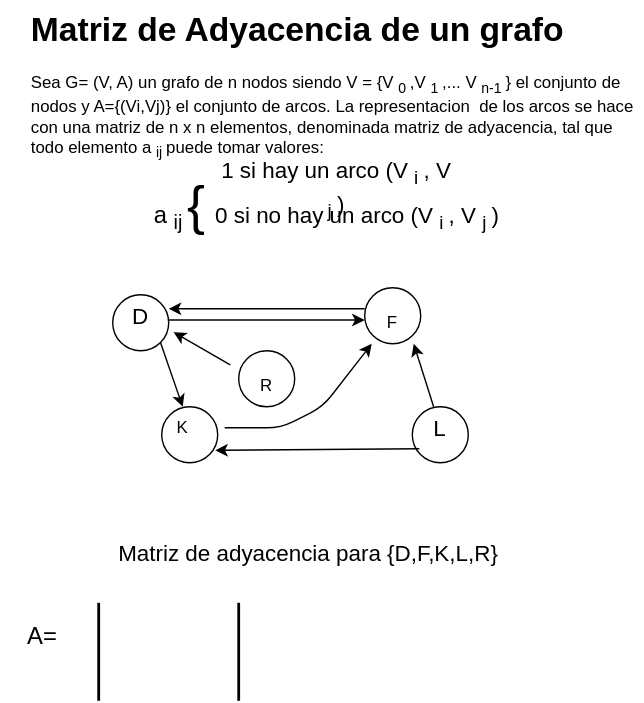
Before: Estructura-de-datos/Grafos/Matriz-Adyacencia.drawio.svg, a diagram exported from draw.io (Nordcode-cyber/Algoritmos-Estructdatos). Source tidied: cells renumbered, new cells last; positions are measured from the earlier drawing's top-left corner, leaving out a move shared by most shapes.
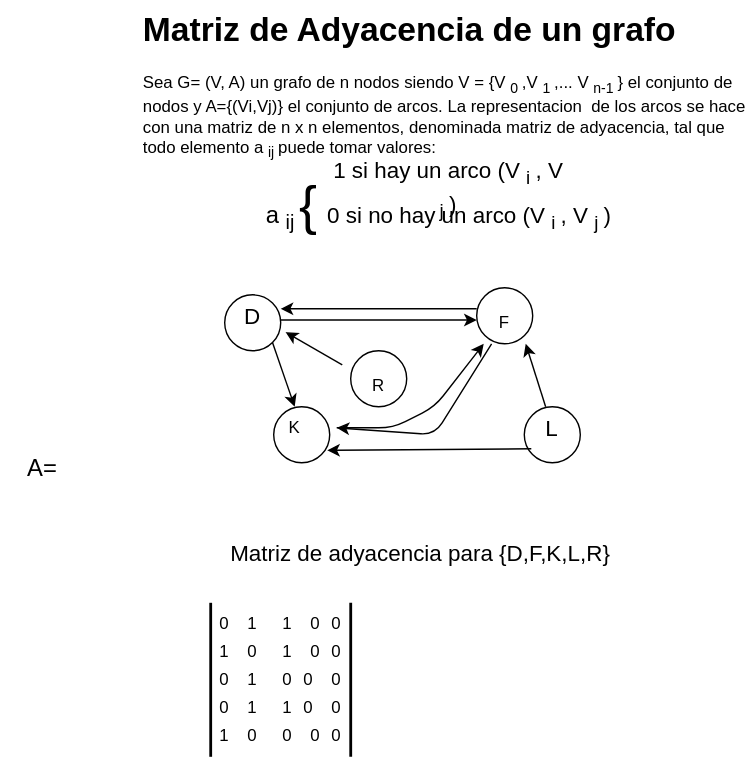
The same file after the commit.

Diff of the diagram source:
```diff
@@ -18,20 +18,18 @@
       <mxGeometry x="150" y="140" width="210" height="30" as="geometry" />
     </mxCell>
     <mxCell id="7" value="&lt;font style=&quot;font-size: 17px;&quot;&gt;A=&lt;/font&gt;" style="text;html=1;align=center;verticalAlign=middle;whiteSpace=wrap;rounded=0;" parent="1" vertex="1">
-      <mxGeometry y="440" width="60" height="30" as="geometry" />
+      <mxGeometry x="-80" y="320" width="60" height="30" as="geometry" />
     </mxCell>
-    <mxCell id="8" style="endArrow=none;html=1;strokeWidth=2;" parent="1" edge="1">
+    <mxCell id="8" style="endArrow=none;html=1;strokeWidth=2;exitX=0;exitY=1;exitDx=0;exitDy=0;" parent="1" edge="1" source="50">
       <mxGeometry relative="1" as="geometry">
-        <mxPoint x="70" y="500" as="sourcePoint" />
         <mxPoint x="70" y="430" as="targetPoint" />
       </mxGeometry>
     </mxCell>
     <mxCell id="9" value="&lt;font style=&quot;font-size: 16px; color: light-dark(rgb(0, 0, 0), rgb(0, 255, 128));&quot;&gt;Matriz de adyacencia para {D,F,K,L,R}&amp;nbsp;&lt;/font&gt;" style="text;html=1;align=center;verticalAlign=middle;whiteSpace=wrap;rounded=0;" parent="1" vertex="1">
       <mxGeometry x="80" y="370" width="280" height="50" as="geometry" />
     </mxCell>
-    <mxCell id="10" style="endArrow=none;html=1;strokeWidth=2;" parent="1" edge="1">
+    <mxCell id="10" style="endArrow=none;html=1;strokeWidth=2;exitX=0.667;exitY=1;exitDx=0;exitDy=0;exitPerimeter=0;" parent="1" edge="1" source="53">
       <mxGeometry relative="1" as="geometry">
-        <mxPoint x="170" y="500" as="sourcePoint" />
         <mxPoint x="170" y="430" as="targetPoint" />
       </mxGeometry>
     </mxCell>
@@ -73,6 +71,13 @@
     <mxCell id="21" style="edgeStyle=none;html=1;entryX=0.833;entryY=0.333;entryDx=0;entryDy=0;entryPerimeter=0;exitX=0;exitY=0.375;exitDx=0;exitDy=0;exitPerimeter=0;" parent="1" edge="1" source="13" target="17">
       <mxGeometry relative="1" as="geometry" />
     </mxCell>
+    <mxCell id="28" style="edgeStyle=none;html=1;entryX=1;entryY=0.5;entryDx=0;entryDy=0;" parent="1" edge="1" source="22" target="19">
+      <mxGeometry relative="1" as="geometry">
+        <Array as="points">
+          <mxPoint x="230" y="310" />
+        </Array>
+      </mxGeometry>
+    </mxCell>
     <mxCell id="22" value="&lt;font style=&quot;color: light-dark(rgb(0, 0, 0), rgb(255, 51, 51));&quot;&gt;F&lt;/font&gt;" style="text;html=1;align=center;verticalAlign=middle;whiteSpace=wrap;rounded=0;" parent="1" vertex="1">
       <mxGeometry x="250" y="215" width="60" height="30" as="geometry" />
     </mxCell>
@@ -94,5 +99,80 @@
         <mxPoint x="260" y="228" as="targetPoint" />
       </mxGeometry>
     </mxCell>
+    <mxCell id="29" value="&lt;font style=&quot;color: light-dark(rgb(0, 0, 0), rgb(255, 51, 51));&quot;&gt;0&lt;/font&gt;" style="text;html=1;align=center;verticalAlign=middle;whiteSpace=wrap;rounded=0;" parent="1" vertex="1">
+      <mxGeometry x="50" y="430" width="60" height="30" as="geometry" />
+    </mxCell>
+    <mxCell id="30" value="&lt;font style=&quot;color: light-dark(rgb(0, 0, 0), rgb(255, 51, 51));&quot;&gt;1&lt;/font&gt;" style="text;html=1;align=center;verticalAlign=middle;whiteSpace=wrap;rounded=0;" parent="1" vertex="1">
+      <mxGeometry x="70" y="430" width="60" height="30" as="geometry" />
+    </mxCell>
+    <mxCell id="31" value="&lt;font style=&quot;color: light-dark(rgb(0, 0, 0), rgb(255, 51, 51));&quot;&gt;1&lt;/font&gt;" style="text;html=1;align=center;verticalAlign=middle;whiteSpace=wrap;rounded=0;" parent="1" vertex="1">
+      <mxGeometry x="95" y="430" width="60" height="30" as="geometry" />
+    </mxCell>
+    <mxCell id="32" value="&lt;font style=&quot;color: light-dark(rgb(0, 0, 0), rgb(255, 51, 51));&quot;&gt;0&lt;/font&gt;" style="text;html=1;align=center;verticalAlign=middle;whiteSpace=wrap;rounded=0;" parent="1" vertex="1">
+      <mxGeometry x="115" y="430" width="60" height="30" as="geometry" />
+    </mxCell>
+    <mxCell id="33" value="&lt;font style=&quot;color: light-dark(rgb(0, 0, 0), rgb(255, 51, 51));&quot;&gt;0&lt;/font&gt;" style="text;html=1;align=center;verticalAlign=middle;whiteSpace=wrap;rounded=0;" parent="1" vertex="1">
+      <mxGeometry x="130" y="430" width="60" height="30" as="geometry" />
+    </mxCell>
+    <mxCell id="34" value="&lt;font style=&quot;color: light-dark(rgb(0, 0, 0), rgb(255, 51, 51));&quot;&gt;1&lt;/font&gt;" style="text;html=1;align=center;verticalAlign=middle;whiteSpace=wrap;rounded=0;" parent="1" vertex="1">
+      <mxGeometry x="50" y="450" width="60" height="30" as="geometry" />
+    </mxCell>
+    <mxCell id="35" value="&lt;font style=&quot;color: light-dark(rgb(0, 0, 0), rgb(255, 51, 51));&quot;&gt;0&lt;/font&gt;" style="text;html=1;align=center;verticalAlign=middle;whiteSpace=wrap;rounded=0;" parent="1" vertex="1">
+      <mxGeometry x="70" y="450" width="60" height="30" as="geometry" />
+    </mxCell>
+    <mxCell id="36" value="&lt;font style=&quot;color: light-dark(rgb(0, 0, 0), rgb(255, 51, 51));&quot;&gt;1&lt;/font&gt;" style="text;html=1;align=center;verticalAlign=middle;whiteSpace=wrap;rounded=0;" parent="1" vertex="1">
+      <mxGeometry x="95" y="450" width="60" height="30" as="geometry" />
+    </mxCell>
+    <mxCell id="37" value="&lt;font style=&quot;color: light-dark(rgb(0, 0, 0), rgb(255, 51, 51));&quot;&gt;0&lt;/font&gt;" style="text;html=1;align=center;verticalAlign=middle;whiteSpace=wrap;rounded=0;" parent="1" vertex="1">
+      <mxGeometry x="115" y="450" width="60" height="30" as="geometry" />
+    </mxCell>
+    <mxCell id="38" value="&lt;font style=&quot;color: light-dark(rgb(0, 0, 0), rgb(255, 51, 51));&quot;&gt;0&lt;/font&gt;" style="text;html=1;align=center;verticalAlign=middle;whiteSpace=wrap;rounded=0;" parent="1" vertex="1">
+      <mxGeometry x="130" y="450" width="60" height="30" as="geometry" />
+    </mxCell>
+    <mxCell id="39" value="&lt;font style=&quot;color: light-dark(rgb(0, 0, 0), rgb(255, 51, 51));&quot;&gt;0&lt;/font&gt;" style="text;html=1;align=center;verticalAlign=middle;whiteSpace=wrap;rounded=0;" parent="1" vertex="1">
+      <mxGeometry x="110" y="470" width="60" height="30" as="geometry" />
+    </mxCell>
+    <mxCell id="40" value="&lt;font style=&quot;color: light-dark(rgb(0, 0, 0), rgb(255, 51, 51));&quot;&gt;1&lt;/font&gt;" style="text;html=1;align=center;verticalAlign=middle;whiteSpace=wrap;rounded=0;" parent="1" vertex="1">
+      <mxGeometry x="70" y="470" width="60" height="30" as="geometry" />
+    </mxCell>
+    <mxCell id="41" value="&lt;font style=&quot;color: light-dark(rgb(0, 0, 0), rgb(255, 51, 51));&quot;&gt;0&lt;/font&gt;" style="text;html=1;align=center;verticalAlign=middle;whiteSpace=wrap;rounded=0;" parent="1" vertex="1">
+      <mxGeometry x="130" y="470" width="60" height="30" as="geometry" />
+    </mxCell>
+    <mxCell id="42" value="&lt;font style=&quot;color: light-dark(rgb(0, 0, 0), rgb(255, 51, 51));&quot;&gt;0&lt;/font&gt;" style="text;html=1;align=center;verticalAlign=middle;whiteSpace=wrap;rounded=0;" parent="1" vertex="1">
+      <mxGeometry x="50" y="470" width="60" height="30" as="geometry" />
+    </mxCell>
+    <mxCell id="43" value="&lt;font style=&quot;color: light-dark(rgb(0, 0, 0), rgb(255, 51, 51));&quot;&gt;0&lt;/font&gt;" style="text;html=1;align=center;verticalAlign=middle;whiteSpace=wrap;rounded=0;" parent="1" vertex="1">
+      <mxGeometry x="95" y="470" width="60" height="30" as="geometry" />
+    </mxCell>
+    <mxCell id="44" value="&lt;font style=&quot;color: light-dark(rgb(0, 0, 0), rgb(255, 51, 51));&quot;&gt;1&lt;/font&gt;" style="text;html=1;align=center;verticalAlign=middle;whiteSpace=wrap;rounded=0;" parent="1" vertex="1">
+      <mxGeometry x="95" y="490" width="60" height="30" as="geometry" />
+    </mxCell>
+    <mxCell id="45" value="&lt;font style=&quot;color: light-dark(rgb(0, 0, 0), rgb(255, 51, 51));&quot;&gt;1&lt;/font&gt;" style="text;html=1;align=center;verticalAlign=middle;whiteSpace=wrap;rounded=0;" parent="1" vertex="1">
+      <mxGeometry x="70" y="490" width="60" height="30" as="geometry" />
+    </mxCell>
+    <mxCell id="46" value="&lt;font style=&quot;color: light-dark(rgb(0, 0, 0), rgb(255, 51, 51));&quot;&gt;0&lt;/font&gt;" style="text;html=1;align=center;verticalAlign=middle;whiteSpace=wrap;rounded=0;" parent="1" vertex="1">
+      <mxGeometry x="50" y="490" width="60" height="30" as="geometry" />
+    </mxCell>
+    <mxCell id="47" value="&lt;font style=&quot;color: light-dark(rgb(0, 0, 0), rgb(255, 51, 51));&quot;&gt;0&lt;/font&gt;" style="text;html=1;align=center;verticalAlign=middle;whiteSpace=wrap;rounded=0;" parent="1" vertex="1">
+      <mxGeometry x="110" y="490" width="60" height="30" as="geometry" />
+    </mxCell>
+    <mxCell id="48" value="&lt;font style=&quot;color: light-dark(rgb(0, 0, 0), rgb(255, 51, 51));&quot;&gt;0&lt;/font&gt;" style="text;html=1;align=center;verticalAlign=middle;whiteSpace=wrap;rounded=0;" parent="1" vertex="1">
+      <mxGeometry x="130" y="490" width="60" height="30" as="geometry" />
+    </mxCell>
+    <mxCell id="49" value="&lt;font style=&quot;color: light-dark(rgb(0, 0, 0), rgb(255, 51, 51));&quot;&gt;1&lt;/font&gt;" style="text;html=1;align=center;verticalAlign=middle;whiteSpace=wrap;rounded=0;" parent="1" vertex="1">
+      <mxGeometry x="50" y="510" width="60" height="30" as="geometry" />
+    </mxCell>
+    <mxCell id="50" value="&lt;font style=&quot;color: light-dark(rgb(0, 0, 0), rgb(255, 51, 51));&quot;&gt;0&lt;/font&gt;" style="text;html=1;align=center;verticalAlign=middle;whiteSpace=wrap;rounded=0;" parent="1" vertex="1">
+      <mxGeometry x="70" y="510" width="60" height="30" as="geometry" />
+    </mxCell>
+    <mxCell id="51" value="&lt;font style=&quot;color: light-dark(rgb(0, 0, 0), rgb(255, 51, 51));&quot;&gt;0&lt;/font&gt;" style="text;html=1;align=center;verticalAlign=middle;whiteSpace=wrap;rounded=0;" parent="1" vertex="1">
+      <mxGeometry x="95" y="510" width="60" height="30" as="geometry" />
+    </mxCell>
+    <mxCell id="52" value="&lt;font style=&quot;color: light-dark(rgb(0, 0, 0), rgb(255, 51, 51));&quot;&gt;0&lt;/font&gt;" style="text;html=1;align=center;verticalAlign=middle;whiteSpace=wrap;rounded=0;" parent="1" vertex="1">
+      <mxGeometry x="115" y="510" width="60" height="30" as="geometry" />
+    </mxCell>
+    <mxCell id="53" value="&lt;font style=&quot;color: light-dark(rgb(0, 0, 0), rgb(255, 51, 51));&quot;&gt;0&lt;/font&gt;" style="text;html=1;align=center;verticalAlign=middle;whiteSpace=wrap;rounded=0;" parent="1" vertex="1">
+      <mxGeometry x="130" y="510" width="60" height="30" as="geometry" />
+    </mxCell>
   </root>
 </mxGraphModel>
```
